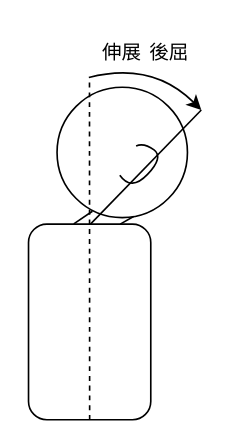
chudai8141/2022thesis keeps this draw.io diagram as draw.io/伸展.drawio. Above is the earlier version. Source tidied: cells renumbered, new cells numbered last; positions are measured from the earlier drawing's top-left corner, leaving out a move shared by most shapes. Both pictures are drawn from the tidied source at 163%, with x=0, y=0 at pixel (-8, 28).
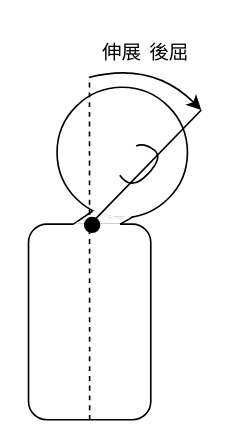
The same diagram, later.

The edit, as a diff of the source:
```diff
@@
-    <mxCell id="8" style="endArrow=none;html=1;curved=1;" parent="1" edge="1">
-      <mxGeometry relative="1" as="geometry">
-        <mxPoint x="60" y="120" as="sourcePoint" />
-        <mxPoint x="128" y="50" as="targetPoint" />
-      </mxGeometry>
-    </mxCell>
@@
+    <mxCell id="12" style="endArrow=none;html=1;rounded=0;strokeWidth=1.5;strokeColor=#FFFFFF;entryX=0.95;entryY=0.747;entryDx=0;entryDy=0;entryPerimeter=0;" parent="1" edge="1">
+      <mxGeometry relative="1" as="geometry">
+        <mxPoint x="51.2" y="120.2" as="sourcePoint" />
+        <mxPoint x="78.1" y="120.2" as="targetPoint" />
+      </mxGeometry>
+    </mxCell>
+    <mxCell id="13" style="ellipse;whiteSpace=wrap;html=1;strokeColor=none;rotation=325;" parent="1" vertex="1">
+      <mxGeometry x="40" y="122" width="15" height="1" as="geometry" />
+    </mxCell>
+    <mxCell id="14" style="verticalLabelPosition=bottom;verticalAlign=top;html=1;shape=mxgraph.basic.arc;startAngle=0.4823883562613614;endAngle=0.5709373177517676;strokeColor=#FFFFFF;strokeWidth=1.5;" parent="1" vertex="1">
+      <mxGeometry x="39" y="36" width="80" height="80" as="geometry" />
+    </mxCell>
+    <mxCell id="15" style="ellipse;whiteSpace=wrap;html=1;strokeColor=none;strokeWidth=1.5;fillColor=#FFFFFF;rotation=58;" parent="1" vertex="1">
+      <mxGeometry x="83" y="108.4" width="2" height="13" as="geometry" />
+    </mxCell>
+    <mxCell id="8" style="endArrow=none;html=1;curved=1;" parent="1" edge="1">
+      <mxGeometry relative="1" as="geometry">
+        <mxPoint x="60" y="120" as="sourcePoint" />
+        <mxPoint x="128" y="50" as="targetPoint" />
+      </mxGeometry>
+    </mxCell>
+    <mxCell id="16" style="ellipse;whiteSpace=wrap;html=1;strokeColor=none;strokeWidth=1.5;fillColor=#000000;" parent="1" vertex="1">
+      <mxGeometry x="56" y="115.5" width="10" height="10" as="geometry" />
+    </mxCell>
```
